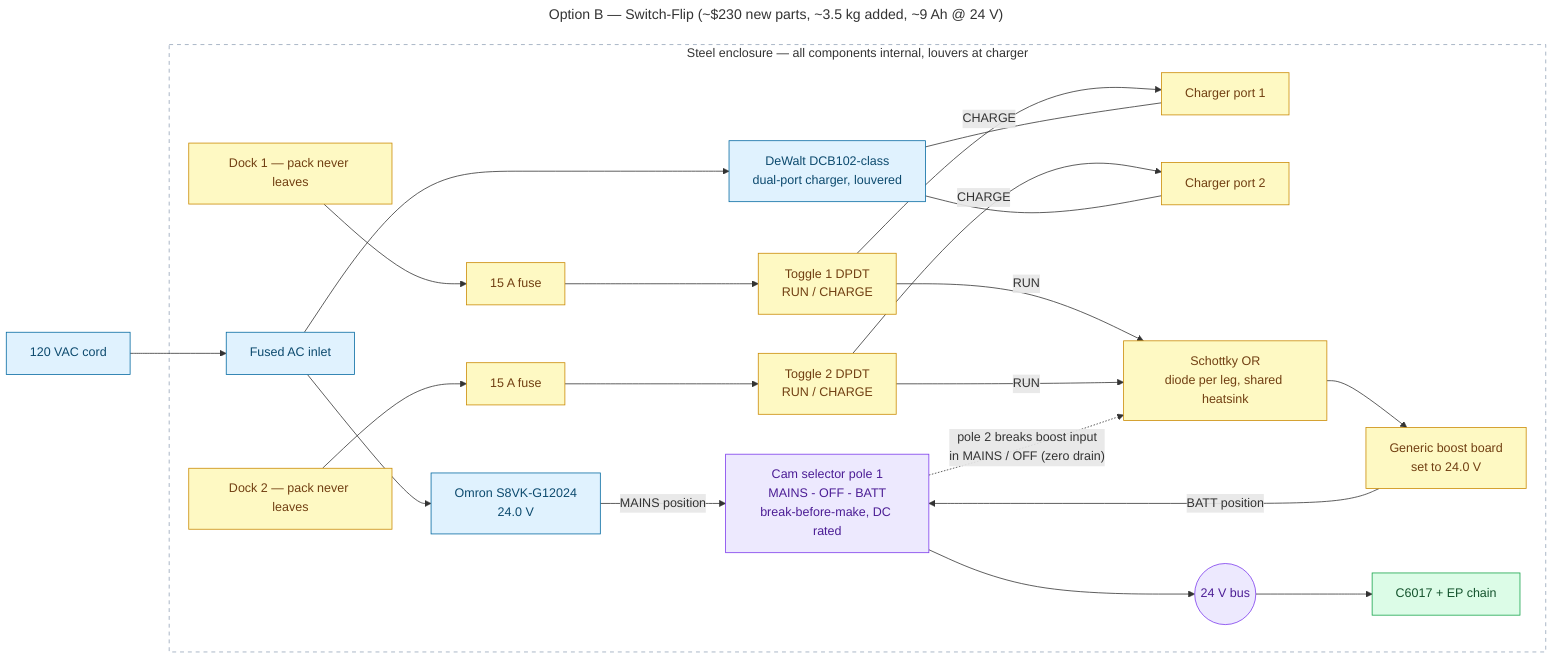
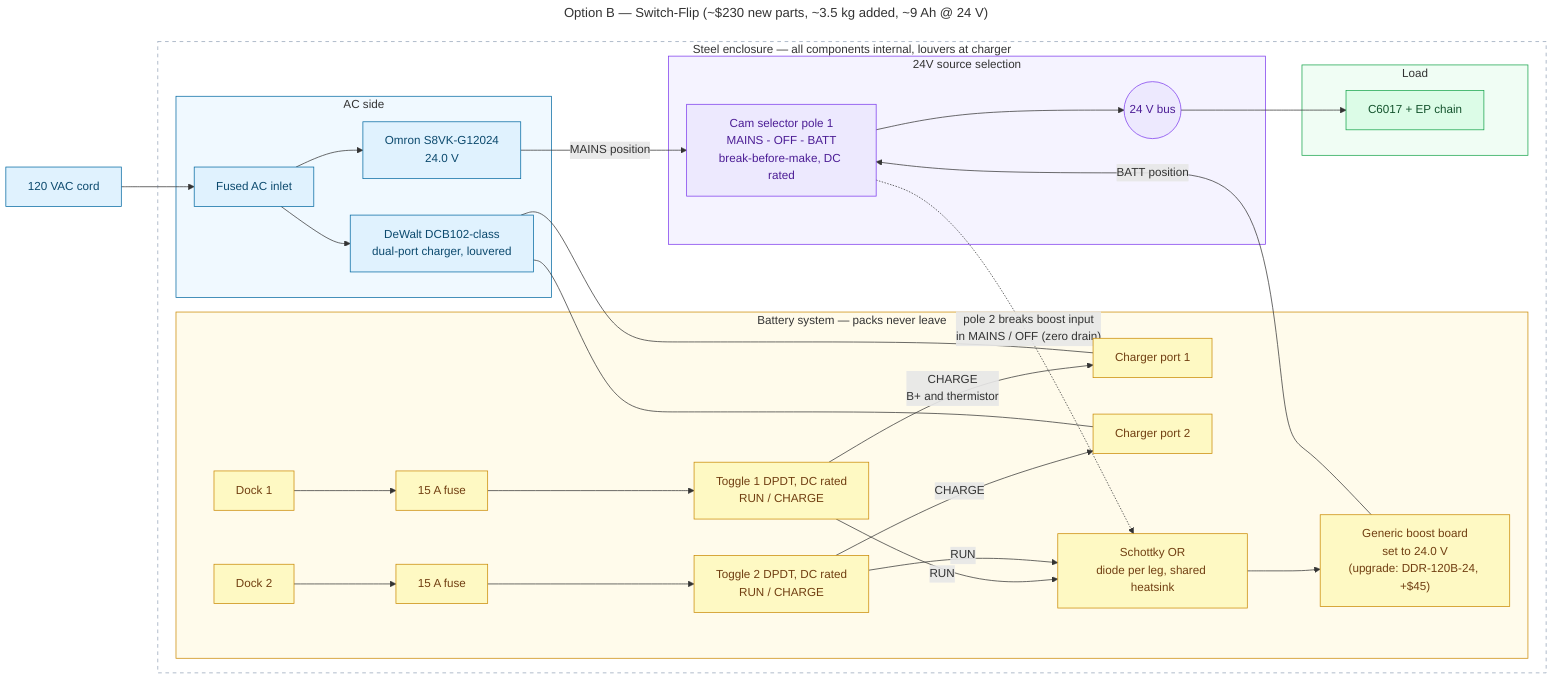
---
title: "Option B — Switch-Flip (~$230 new parts, ~3.5 kg added, ~9 Ah @ 24 V)"
---
flowchart LR
    CORD["120 VAC cord"] --> INLET

    subgraph BOX["Steel enclosure — all components internal, louvers at charger"]
-         INLET["Fused AC inlet"] --> PSU["Omron S8VK-G12024<br/>24.0 V"]
-         INLET --> CHG["DeWalt DCB102-class<br/>dual-port charger, louvered"]

-         D1["Dock 1 — pack never leaves"] --> F1["15 A fuse"]
-         D2["Dock 2 — pack never leaves"] --> F2["15 A fuse"]
-         F1 --> T1["Toggle 1 DPDT<br/>RUN / CHARGE"]
-         F2 --> T2["Toggle 2 DPDT<br/>RUN / CHARGE"]
+         subgraph ACS["AC side"]
+             INLET["Fused AC inlet"] --> PSU["Omron S8VK-G12024<br/>24.0 V"]
+             INLET --> CHG["DeWalt DCB102-class<br/>dual-port charger, louvered"]
+         end

-         T1 -->|"CHARGE"| CP1["Charger port 1"]
-         T2 -->|"CHARGE"| CP2["Charger port 2"]
+         subgraph BATT["Battery system — packs never leave"]
+             D1["Dock 1"] --> F1["15 A fuse"]
+             D2["Dock 2"] --> F2["15 A fuse"]
+             F1 --> T1["Toggle 1 DPDT, DC rated<br/>RUN / CHARGE"]
+             F2 --> T2["Toggle 2 DPDT, DC rated<br/>RUN / CHARGE"]
+             T1 -->|"CHARGE<br/>B+ and thermistor"| CP1["Charger port 1"]
+             T2 -->|"CHARGE"| CP2["Charger port 2"]
+             T1 -->|"RUN"| ORB["Schottky OR<br/>diode per leg, shared heatsink"]
+             T2 -->|"RUN"| ORB
+             ORB --> BOOST["Generic boost board<br/>set to 24.0 V<br/>(upgrade: DDR-120B-24, +$45)"]
+         end
+ 
+         subgraph SRC["24V source selection"]
+             SEL["Cam selector pole 1<br/>MAINS - OFF - BATT<br/>break-before-make, DC rated"] --> BUS(("24 V bus"))
+         end
+ 
+         subgraph CTL["Load"]
+             PLC["C6017 + EP chain"]
+         end
+ 
        CHG --- CP1
        CHG --- CP2
- 
-         T1 -->|"RUN"| ORB["Schottky OR<br/>diode per leg, shared heatsink"]
-         T2 -->|"RUN"| ORB
-         ORB --> BOOST["Generic boost board<br/>set to 24.0 V"]
- 
-         PSU -->|"MAINS position"| SEL["Cam selector pole 1<br/>MAINS - OFF - BATT<br/>break-before-make, DC rated"]
+         PSU -->|"MAINS position"| SEL
        BOOST -->|"BATT position"| SEL
-         SEL --> BUS(("24 V bus"))
-         BUS --> PLC["C6017 + EP chain"]
+         BUS --> PLC

        SEL -. "pole 2 breaks boost input<br/>in MAINS / OFF (zero drain)" .-> ORB
    end

    style BOX fill:none,stroke:#94a3b8,stroke-dasharray:5 5
+     style ACS fill:#f0f9ff,stroke:#0369a1,stroke-width:1px
+     style BATT fill:#fffbeb,stroke:#ca8a04,stroke-width:1px
+     style SRC fill:#f5f3ff,stroke:#7c3aed,stroke-width:1px
+     style CTL fill:#f0fdf4,stroke:#16a34a,stroke-width:1px
    classDef ac fill:#e0f2fe,stroke:#0369a1,color:#0c4a6e
    classDef batt fill:#fef9c3,stroke:#ca8a04,color:#713f12
    classDef bus fill:#ede9fe,stroke:#7c3aed,color:#4c1d95
    classDef load fill:#dcfce7,stroke:#16a34a,color:#14532d
    class CORD,INLET,PSU,CHG ac
    class D1,D2,F1,F2,T1,T2,CP1,CP2,ORB,BOOST batt
    class SEL,BUS bus
    class PLC load
